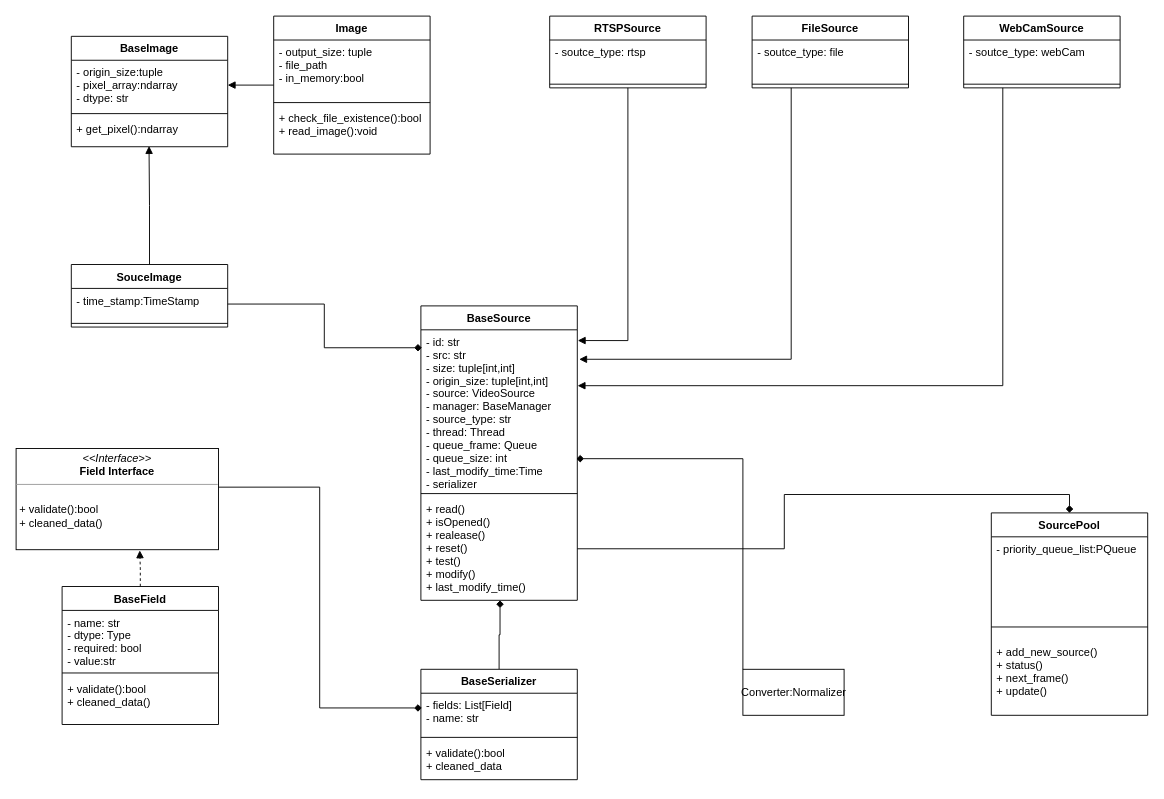
Above: page "Source Class Diagram" (2 of 2) of doc/diagram/face recognition.drawio in armin-azh/siamese (draw.io), before the change. Source tidied: cells renumbered, new cells numbered last; positions are measured from the earlier drawing's top-left corner, leaving out a move shared by most shapes. Both pictures are drawn from the tidied source at 92%, with x=0, y=0 at pixel (16, 16).
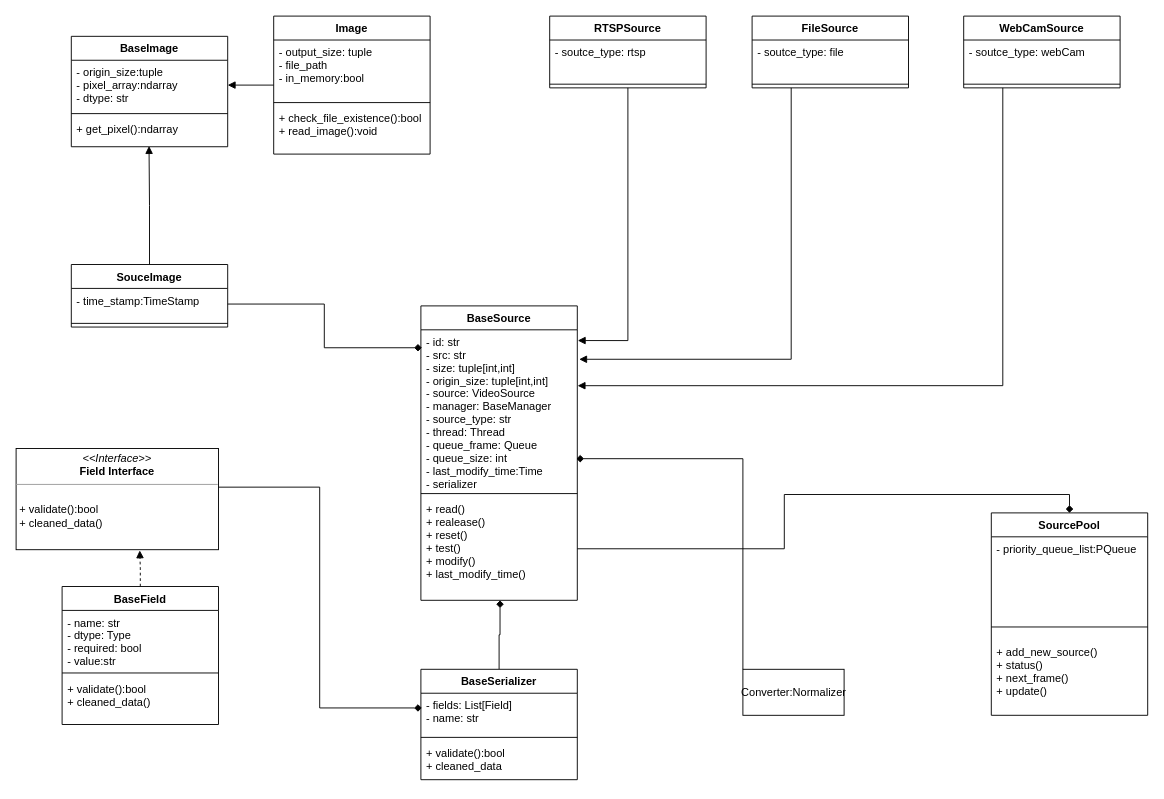
The same page after the edit.

Unchanged cells that the change refers to:
```xml
<mxCell id="2" value="BaseSource" style="swimlane;fontStyle=1;align=center;verticalAlign=top;horizontal=1;startSize=26;" parent="1" vertex="1">
  <mxGeometry x="440" y="315" width="170" height="320" as="geometry" />
</mxCell>
```

Change to the diagram source:
```diff
@@
-    <mxCell id="5" value="+ read()&#10;+ isOpened()&#10;+ realease()&#10;+ reset()&#10;+ test()&#10;+ modify()&#10;+ last_modify_time()&#10;" style="text;strokeColor=none;fillColor=none;align=left;verticalAlign=top;spacingLeft=4;spacingRight=4;overflow=hidden;points=[[0,0.5],[1,0.5]];portConstraint=eastwest;" parent="2" vertex="1">
+    <mxCell id="5" value="+ read()&#10;+ realease()&#10;+ reset()&#10;+ test()&#10;+ modify()&#10;+ last_modify_time()&#10;" style="text;strokeColor=none;fillColor=none;align=left;verticalAlign=top;spacingLeft=4;spacingRight=4;overflow=hidden;points=[[0,0.5],[1,0.5]];portConstraint=eastwest;" parent="2" vertex="1">
       <mxGeometry y="208" width="170" height="112" as="geometry" />
     </mxCell>
```
